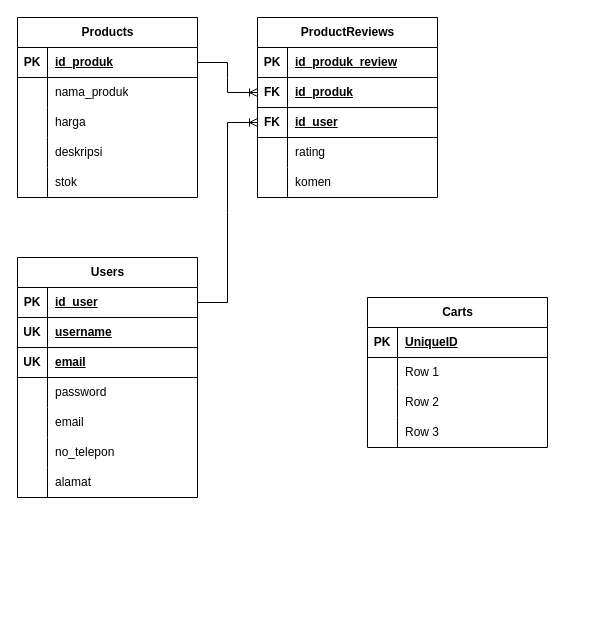
This is Diagram Tanpa Judul.drawio from Enricko/UML, a draw.io file, before an edit. Source tidied: cells renumbered, new cells numbered last; positions are measured from the earlier drawing's top-left corner, leaving out a move shared by most shapes. Both pictures are drawn from the tidied source at 100%, with x=0, y=0 at pixel (17, 17).
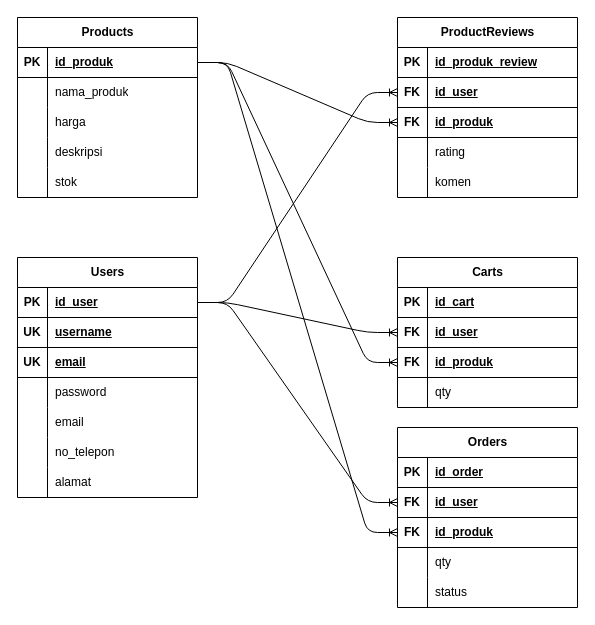
The same page after the edit.

The change refers to these unchanged cells:
```xml
<mxCell id="3" style="shape=tableRow;horizontal=0;startSize=0;swimlaneHead=0;swimlaneBody=0;fillColor=none;points=[[0,0.5],[1,0.5]];portConstraint=eastwest;top=0;left=0;right=0;bottom=1;" parent="2" vertex="1">
  <mxGeometry y="30" width="180" height="30" as="geometry" />
</mxCell>
<mxCell id="25" style="shape=tableRow;horizontal=0;startSize=0;swimlaneHead=0;swimlaneBody=0;fillColor=none;points=[[0,0.5],[1,0.5]];portConstraint=eastwest;top=0;left=0;right=0;bottom=1;" parent="24" vertex="1">
  <mxGeometry y="30" width="180" height="30" as="geometry" />
</mxCell>
<mxCell id="44" style="shape=tableRow;horizontal=0;startSize=0;swimlaneHead=0;swimlaneBody=0;fillColor=none;points=[[0,0.5],[1,0.5]];portConstraint=eastwest;top=0;left=0;right=0;bottom=1;" parent="40" vertex="1">
  <mxGeometry y="60" width="180" height="30" as="geometry" />
</mxCell>
<mxCell id="47" style="shape=tableRow;horizontal=0;startSize=0;swimlaneHead=0;swimlaneBody=0;fillColor=none;points=[[0,0.5],[1,0.5]];portConstraint=eastwest;top=0;left=0;right=0;bottom=1;" parent="40" vertex="1">
  <mxGeometry y="90" width="180" height="30" as="geometry" />
</mxCell>
<mxCell id="59" style="shape=tableRow;horizontal=0;startSize=0;swimlaneHead=0;swimlaneBody=0;fillColor=none;top=0;left=0;right=0;bottom=1;" parent="58" vertex="1">
  <mxGeometry y="30" width="180" height="30" as="geometry" />
</mxCell>
```

What changed in the source:
```diff
@@
     <mxCell id="40" value="ProductReviews" style="shape=table;startSize=30;childLayout=tableLayout;rowLines=0;fontStyle=1;align=center;html=1;" parent="1" vertex="1">
-      <mxGeometry x="240" width="180" height="180" as="geometry" />
+      <mxGeometry x="380" width="180" height="180" as="geometry" />
     </mxCell>
@@
-    <mxCell id="46" value="id_produk" style="shape=partialRectangle;fillColor=none;top=0;left=0;bottom=0;right=0;align=left;spacingLeft=6;fontStyle=5;overflow=hidden;whiteSpace=wrap;html=1;" parent="44" vertex="1">
+    <mxCell id="46" value="id_user" style="shape=partialRectangle;fillColor=none;top=0;left=0;bottom=0;right=0;align=left;spacingLeft=6;fontStyle=5;overflow=hidden;whiteSpace=wrap;html=1;" parent="44" vertex="1">
       <mxGeometry x="30" width="150" height="30" as="geometry" />
     </mxCell>
@@
-    <mxCell id="49" value="id_user" style="shape=partialRectangle;fillColor=none;top=0;left=0;bottom=0;right=0;align=left;spacingLeft=6;fontStyle=5;overflow=hidden;whiteSpace=wrap;html=1;" parent="47" vertex="1">
+    <mxCell id="49" value="id_produk" style="shape=partialRectangle;fillColor=none;top=0;left=0;bottom=0;right=0;align=left;spacingLeft=6;fontStyle=5;overflow=hidden;whiteSpace=wrap;html=1;" parent="47" vertex="1">
       <mxGeometry x="30" width="150" height="30" as="geometry" />
     </mxCell>
@@
-    <mxCell id="56" style="edgeStyle=entityRelationEdgeStyle;fontSize=12;html=1;endArrow=ERoneToMany;rounded=0;exitX=1;exitY=0.5;exitDx=0;exitDy=0;entryX=0;entryY=0.5;entryDx=0;entryDy=0;" parent="1" edge="1" source="25" target="44">
-      <mxGeometry relative="1" as="geometry" />
-    </mxCell>
-    <mxCell id="57" style="edgeStyle=entityRelationEdgeStyle;fontSize=12;html=1;endArrow=ERoneToMany;rounded=0;exitX=1;exitY=0.5;exitDx=0;exitDy=0;entryX=0;entryY=0.5;entryDx=0;entryDy=0;" parent="1" edge="1" source="3" target="47">
-      <mxGeometry relative="1" as="geometry">
-        <Array as="points">
-          <mxPoint x="320" y="420" />
-        </Array>
-      </mxGeometry>
-    </mxCell>
     <mxCell id="58" value="Carts" style="shape=table;startSize=30;childLayout=tableLayout;rowLines=0;fontStyle=1;align=center;html=1;" parent="1" vertex="1">
-      <mxGeometry x="350" y="280" width="180" height="150" as="geometry" />
+      <mxGeometry x="380" y="240" width="180" height="150" as="geometry" />
     </mxCell>
@@
-    <mxCell id="61" value="UniqueID" style="shape=partialRectangle;fillColor=none;top=0;left=0;bottom=0;right=0;align=left;spacingLeft=6;fontStyle=5;overflow=hidden;whiteSpace=wrap;html=1;" parent="59" vertex="1">
+    <mxCell id="61" value="id_cart" style="shape=partialRectangle;fillColor=none;top=0;left=0;bottom=0;right=0;align=left;spacingLeft=6;fontStyle=5;overflow=hidden;whiteSpace=wrap;html=1;" parent="59" vertex="1">
       <mxGeometry x="30" width="150" height="30" as="geometry" />
     </mxCell>
+    <mxCell id="71" style="shape=tableRow;horizontal=0;startSize=0;swimlaneHead=0;swimlaneBody=0;fillColor=none;points=[[0,0.5],[1,0.5]];portConstraint=eastwest;top=0;left=0;right=0;bottom=1;" parent="58" vertex="1">
+      <mxGeometry y="60" width="180" height="30" as="geometry" />
+    </mxCell>
+    <mxCell id="72" value="FK" style="shape=partialRectangle;fillColor=none;top=0;left=0;bottom=0;right=0;fontStyle=1;overflow=hidden;whiteSpace=wrap;html=1;" parent="71" vertex="1">
+      <mxGeometry width="30" height="30" as="geometry" />
+    </mxCell>
+    <mxCell id="73" value="id_user" style="shape=partialRectangle;fillColor=none;top=0;left=0;bottom=0;right=0;align=left;spacingLeft=6;fontStyle=5;overflow=hidden;whiteSpace=wrap;html=1;" parent="71" vertex="1">
+      <mxGeometry x="30" width="150" height="30" as="geometry" />
+    </mxCell>
+    <mxCell id="74" style="shape=tableRow;horizontal=0;startSize=0;swimlaneHead=0;swimlaneBody=0;fillColor=none;points=[[0,0.5],[1,0.5]];portConstraint=eastwest;top=0;left=0;right=0;bottom=1;" parent="58" vertex="1">
+      <mxGeometry y="90" width="180" height="30" as="geometry" />
+    </mxCell>
+    <mxCell id="75" value="FK" style="shape=partialRectangle;fillColor=none;top=0;left=0;bottom=0;right=0;fontStyle=1;overflow=hidden;whiteSpace=wrap;html=1;" parent="74" vertex="1">
+      <mxGeometry width="30" height="30" as="geometry" />
+    </mxCell>
+    <mxCell id="76" value="id_produk" style="shape=partialRectangle;fillColor=none;top=0;left=0;bottom=0;right=0;align=left;spacingLeft=6;fontStyle=5;overflow=hidden;whiteSpace=wrap;html=1;" parent="74" vertex="1">
+      <mxGeometry x="30" width="150" height="30" as="geometry" />
+    </mxCell>
     <mxCell id="62" style="shape=tableRow;horizontal=0;startSize=0;swimlaneHead=0;swimlaneBody=0;fillColor=none;top=0;left=0;right=0;bottom=0;" parent="58" vertex="1">
-      <mxGeometry y="60" width="180" height="30" as="geometry" />
+      <mxGeometry y="120" width="180" height="30" as="geometry" />
     </mxCell>
@@
-    <mxCell id="64" value="Row 1" style="shape=partialRectangle;fillColor=none;top=0;left=0;bottom=0;right=0;align=left;spacingLeft=6;overflow=hidden;whiteSpace=wrap;html=1;" parent="62" vertex="1">
+    <mxCell id="64" value="qty" style="shape=partialRectangle;fillColor=none;top=0;left=0;bottom=0;right=0;align=left;spacingLeft=6;overflow=hidden;whiteSpace=wrap;html=1;" parent="62" vertex="1">
       <mxGeometry x="30" width="150" height="30" as="geometry" />
     </mxCell>
-    <mxCell id="65" style="shape=tableRow;horizontal=0;startSize=0;swimlaneHead=0;swimlaneBody=0;fillColor=none;top=0;left=0;right=0;bottom=0;" parent="58" vertex="1">
-      <mxGeometry y="90" width="180" height="30" as="geometry" />
-    </mxCell>
-    <mxCell id="66" style="shape=partialRectangle;fillColor=none;top=0;left=0;bottom=0;right=0;overflow=hidden;whiteSpace=wrap;html=1;" parent="65" vertex="1">
-      <mxGeometry width="30" height="30" as="geometry" />
-    </mxCell>
-    <mxCell id="67" value="Row 2" style="shape=partialRectangle;fillColor=none;top=0;left=0;bottom=0;right=0;align=left;spacingLeft=6;overflow=hidden;whiteSpace=wrap;html=1;" parent="65" vertex="1">
-      <mxGeometry x="30" width="150" height="30" as="geometry" />
-    </mxCell>
+    <mxCell id="77" style="fontSize=12;html=1;endArrow=ERoneToMany;rounded=1;exitX=1;exitY=0.5;exitDx=0;exitDy=0;edgeStyle=entityRelationEdgeStyle;curved=0;entryX=0;entryY=0.5;entryDx=0;entryDy=0;" parent="1" edge="1" source="25" target="74">
+      <mxGeometry relative="1" as="geometry">
+        <Array as="points">
+          <mxPoint x="580" y="350" />
+        </Array>
+      </mxGeometry>
+    </mxCell>
+    <mxCell id="78" style="fontSize=12;html=1;endArrow=ERoneToMany;rounded=1;exitX=1;exitY=0.5;exitDx=0;exitDy=0;edgeStyle=entityRelationEdgeStyle;curved=0;entryX=0;entryY=0.5;entryDx=0;entryDy=0;" parent="1" edge="1" source="25" target="47">
+      <mxGeometry relative="1" as="geometry">
+        <Array as="points">
+          <mxPoint x="590" y="360" />
+        </Array>
+      </mxGeometry>
+    </mxCell>
+    <mxCell id="79" style="fontSize=12;html=1;endArrow=ERoneToMany;rounded=1;exitX=1;exitY=0.5;exitDx=0;exitDy=0;edgeStyle=entityRelationEdgeStyle;curved=0;entryX=0;entryY=0.5;entryDx=0;entryDy=0;" parent="1" edge="1" source="3" target="44">
+      <mxGeometry relative="1" as="geometry">
+        <Array as="points">
+          <mxPoint x="600" y="370" />
+        </Array>
+      </mxGeometry>
+    </mxCell>
+    <mxCell id="80" style="fontSize=12;html=1;endArrow=ERoneToMany;rounded=1;exitX=1;exitY=0.5;exitDx=0;exitDy=0;edgeStyle=entityRelationEdgeStyle;curved=0;entryX=0;entryY=0.5;entryDx=0;entryDy=0;" parent="1" edge="1" source="3" target="71">
+      <mxGeometry relative="1" as="geometry">
+        <Array as="points">
+          <mxPoint x="610" y="380" />
+        </Array>
+      </mxGeometry>
+    </mxCell>
+    <mxCell id="81" value="Orders" style="shape=table;startSize=30;childLayout=tableLayout;rowLines=0;fontStyle=1;align=center;html=1;" parent="1" vertex="1">
+      <mxGeometry x="380" y="410" width="180" height="180" as="geometry" />
+    </mxCell>
+    <mxCell id="82" style="shape=tableRow;horizontal=0;startSize=0;swimlaneHead=0;swimlaneBody=0;fillColor=none;top=0;left=0;right=0;bottom=1;" parent="81" vertex="1">
+      <mxGeometry y="30" width="180" height="30" as="geometry" />
+    </mxCell>
+    <mxCell id="83" value="PK" style="shape=partialRectangle;fillColor=none;top=0;left=0;bottom=0;right=0;fontStyle=1;overflow=hidden;whiteSpace=wrap;html=1;" parent="82" vertex="1">
+      <mxGeometry width="30" height="30" as="geometry" />
+    </mxCell>
+    <mxCell id="84" value="id_order" style="shape=partialRectangle;fillColor=none;top=0;left=0;bottom=0;right=0;align=left;spacingLeft=6;fontStyle=5;overflow=hidden;whiteSpace=wrap;html=1;" parent="82" vertex="1">
+      <mxGeometry x="30" width="150" height="30" as="geometry" />
+    </mxCell>
+    <mxCell id="85" style="shape=tableRow;horizontal=0;startSize=0;swimlaneHead=0;swimlaneBody=0;fillColor=none;points=[[0,0.5],[1,0.5]];portConstraint=eastwest;top=0;left=0;right=0;bottom=1;" parent="81" vertex="1">
+      <mxGeometry y="60" width="180" height="30" as="geometry" />
+    </mxCell>
+    <mxCell id="86" value="FK" style="shape=partialRectangle;fillColor=none;top=0;left=0;bottom=0;right=0;fontStyle=1;overflow=hidden;whiteSpace=wrap;html=1;" parent="85" vertex="1">
+      <mxGeometry width="30" height="30" as="geometry" />
+    </mxCell>
+    <mxCell id="87" value="id_user" style="shape=partialRectangle;fillColor=none;top=0;left=0;bottom=0;right=0;align=left;spacingLeft=6;fontStyle=5;overflow=hidden;whiteSpace=wrap;html=1;" parent="85" vertex="1">
+      <mxGeometry x="30" width="150" height="30" as="geometry" />
+    </mxCell>
+    <mxCell id="88" style="shape=tableRow;horizontal=0;startSize=0;swimlaneHead=0;swimlaneBody=0;fillColor=none;points=[[0,0.5],[1,0.5]];portConstraint=eastwest;top=0;left=0;right=0;bottom=1;" parent="81" vertex="1">
+      <mxGeometry y="90" width="180" height="30" as="geometry" />
+    </mxCell>
+    <mxCell id="89" value="FK" style="shape=partialRectangle;fillColor=none;top=0;left=0;bottom=0;right=0;fontStyle=1;overflow=hidden;whiteSpace=wrap;html=1;" parent="88" vertex="1">
+      <mxGeometry width="30" height="30" as="geometry" />
+    </mxCell>
+    <mxCell id="90" value="id_produk" style="shape=partialRectangle;fillColor=none;top=0;left=0;bottom=0;right=0;align=left;spacingLeft=6;fontStyle=5;overflow=hidden;whiteSpace=wrap;html=1;" parent="88" vertex="1">
+      <mxGeometry x="30" width="150" height="30" as="geometry" />
+    </mxCell>
-    <mxCell id="68" style="shape=tableRow;horizontal=0;startSize=0;swimlaneHead=0;swimlaneBody=0;fillColor=none;top=0;left=0;right=0;bottom=0;" parent="58" vertex="1">
+    <mxCell id="68" style="shape=tableRow;horizontal=0;startSize=0;swimlaneHead=0;swimlaneBody=0;fillColor=none;top=0;left=0;right=0;bottom=0;" parent="81" vertex="1">
       <mxGeometry y="120" width="180" height="30" as="geometry" />
     </mxCell>
-    <mxCell id="69" style="shape=partialRectangle;fillColor=none;top=0;left=0;bottom=0;right=0;overflow=hidden;whiteSpace=wrap;html=1;" parent="68" vertex="1">
-      <mxGeometry width="30" height="30" as="geometry" />
-    </mxCell>
-    <mxCell id="70" value="Row 3" style="shape=partialRectangle;fillColor=none;top=0;left=0;bottom=0;right=0;align=left;spacingLeft=6;overflow=hidden;whiteSpace=wrap;html=1;" parent="68" vertex="1">
-      <mxGeometry x="30" width="150" height="30" as="geometry" />
-    </mxCell>
+    <mxCell id="91" style="shape=partialRectangle;fillColor=none;top=0;left=0;bottom=0;right=0;overflow=hidden;whiteSpace=wrap;html=1;" parent="68" vertex="1">
+      <mxGeometry width="30" height="30" as="geometry" />
+    </mxCell>
+    <mxCell id="92" value="qty" style="shape=partialRectangle;fillColor=none;top=0;left=0;bottom=0;right=0;align=left;spacingLeft=6;overflow=hidden;whiteSpace=wrap;html=1;" parent="68" vertex="1">
+      <mxGeometry x="30" width="150" height="30" as="geometry" />
+    </mxCell>
+    <mxCell id="93" style="shape=tableRow;horizontal=0;startSize=0;swimlaneHead=0;swimlaneBody=0;fillColor=none;top=0;left=0;right=0;bottom=0;" parent="81" vertex="1">
+      <mxGeometry y="150" width="180" height="30" as="geometry" />
+    </mxCell>
+    <mxCell id="94" style="shape=partialRectangle;fillColor=none;top=0;left=0;bottom=0;right=0;overflow=hidden;whiteSpace=wrap;html=1;" parent="93" vertex="1">
+      <mxGeometry width="30" height="30" as="geometry" />
+    </mxCell>
+    <mxCell id="95" value="status" style="shape=partialRectangle;fillColor=none;top=0;left=0;bottom=0;right=0;align=left;spacingLeft=6;overflow=hidden;whiteSpace=wrap;html=1;" parent="93" vertex="1">
+      <mxGeometry x="30" width="150" height="30" as="geometry" />
+    </mxCell>
+    <mxCell id="96" style="fontSize=12;html=1;endArrow=ERoneToMany;rounded=1;exitX=1;exitY=0.5;exitDx=0;exitDy=0;edgeStyle=entityRelationEdgeStyle;curved=0;entryX=0;entryY=0.5;entryDx=0;entryDy=0;" parent="1" edge="1" source="3" target="85">
+      <mxGeometry relative="1" as="geometry">
+        <Array as="points">
+          <mxPoint x="620" y="390" />
+        </Array>
+      </mxGeometry>
+    </mxCell>
+    <mxCell id="97" style="fontSize=12;html=1;endArrow=ERoneToMany;rounded=1;exitX=1;exitY=0.5;exitDx=0;exitDy=0;edgeStyle=entityRelationEdgeStyle;curved=0;entryX=0;entryY=0.5;entryDx=0;entryDy=0;" parent="1" edge="1" source="25" target="88">
+      <mxGeometry relative="1" as="geometry">
+        <Array as="points">
+          <mxPoint x="630" y="400" />
+        </Array>
+      </mxGeometry>
+    </mxCell>
```
